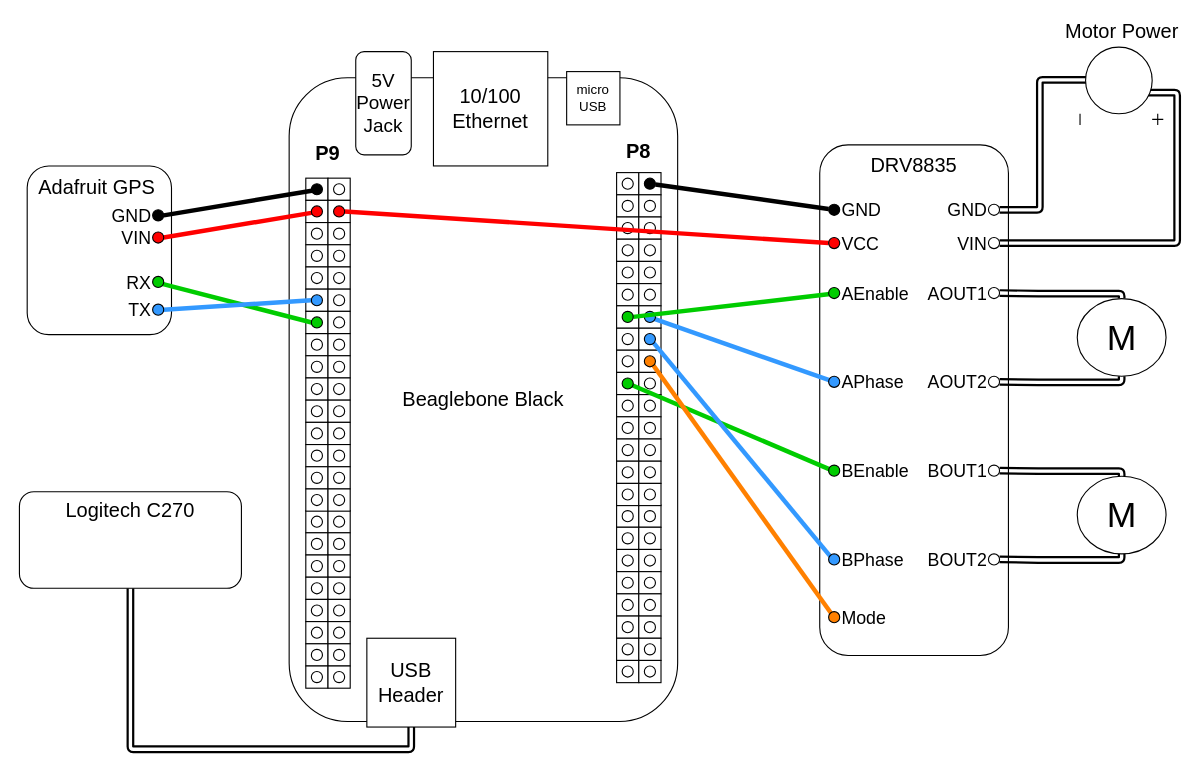
This is page "System" (1 of 2) of docs/system-diagram/System-Diagrams.drawio from jcphan2020/Goose-Chaperone, a draw.io file, before an edit. Source tidied: cells renumbered, new cells numbered last; positions are measured from the earlier drawing's top-left corner, leaving out a move shared by most shapes. Both pictures are drawn from the tidied source at 111%, with x=0, y=0 at pixel (19, 47).
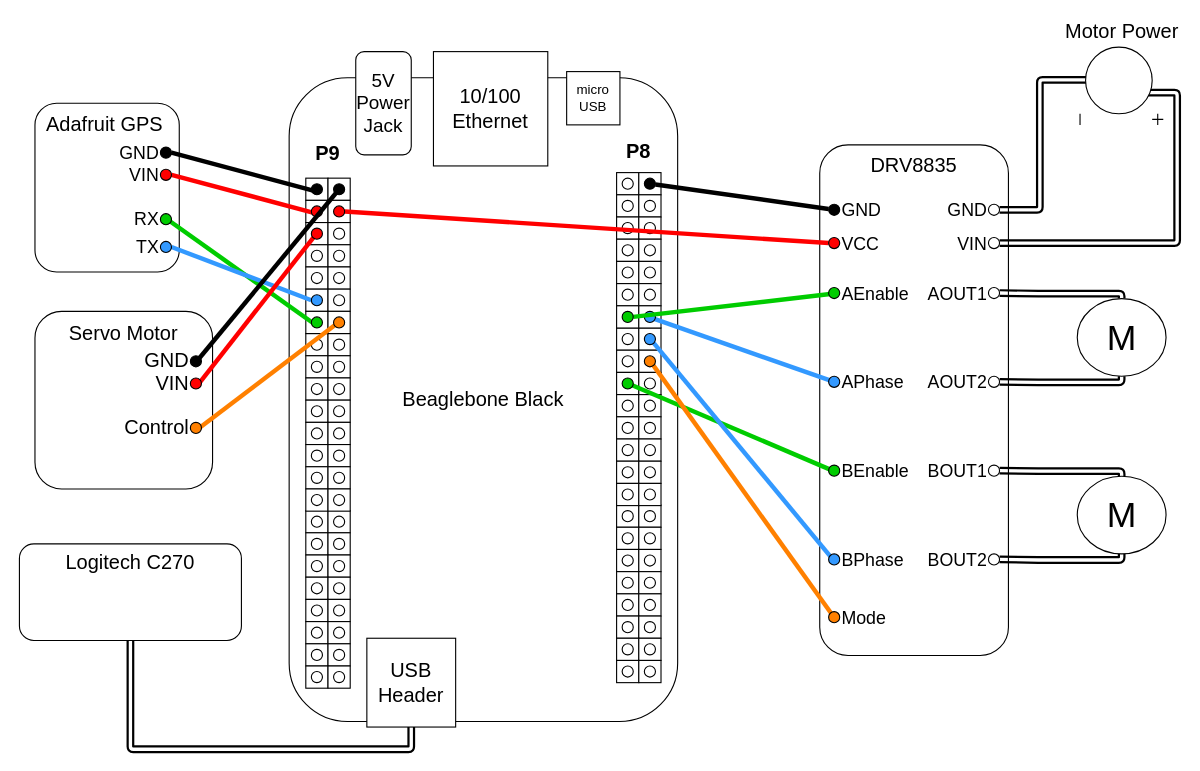
Above is the later version.

Commit message (it also covers changes not shown here):
Created diagram for servo motor connections. Modified system diagram to include servo motor.

The edit, as a diff of the source:
```diff
@@
-    <mxCell id="69" style="verticalLabelPosition=bottom;shadow=0;dashed=0;align=center;fillColor=#ffffff;strokeColor=#000000;html=1;verticalAlign=top;strokeWidth=1;shape=ellipse;" parent="1" vertex="1">
-      <mxGeometry x="283" y="123" width="10" height="10" as="geometry" />
-    </mxCell>
@@
-    <mxCell id="73" style="verticalLabelPosition=bottom;shadow=0;dashed=0;align=center;fillColor=#ffffff;strokeColor=#000000;html=1;verticalAlign=top;strokeWidth=1;shape=ellipse;" parent="1" vertex="1">
-      <mxGeometry x="263" y="163" width="10" height="10" as="geometry" />
-    </mxCell>
@@
-    <mxCell id="89" style="verticalLabelPosition=bottom;shadow=0;dashed=0;align=center;fillColor=#ffffff;strokeColor=#000000;html=1;verticalAlign=top;strokeWidth=1;shape=ellipse;" parent="1" vertex="1">
-      <mxGeometry x="283" y="243" width="10" height="10" as="geometry" />
-    </mxCell>
@@
     <mxCell id="190" style="rounded=1;whiteSpace=wrap;html=1;fontSize=18;" parent="1" vertex="1">
-      <mxGeometry x="7" y="107" width="130" height="152" as="geometry" />
+      <mxGeometry x="14" y="50.5" width="130" height="152" as="geometry" />
     </mxCell>
     <mxCell id="191" value="Adafruit GPS" style="text;html=1;strokeColor=none;fillColor=none;align=center;verticalAlign=middle;whiteSpace=wrap;rounded=0;fontSize=18;" parent="1" vertex="1">
-      <mxGeometry y="116.5" width="140" height="20" as="geometry" />
+      <mxGeometry x="7" y="60" width="140" height="20" as="geometry" />
     </mxCell>
@@
     <mxCell id="198" value="TX" style="verticalLabelPosition=middle;shadow=0;dashed=0;align=right;fillColor=#3399FF;strokeColor=#000000;html=1;verticalAlign=middle;strokeWidth=1;shape=ellipse;fontSize=16;labelPosition=left;" parent="1" vertex="1">
-      <mxGeometry x="120" y="231.5" width="10" height="10" as="geometry" />
+      <mxGeometry x="127" y="175" width="10" height="10" as="geometry" />
     </mxCell>
@@
     <mxCell id="200" value="GND" style="verticalLabelPosition=middle;shadow=0;dashed=0;align=right;fillColor=#000000;strokeColor=#000000;html=1;verticalAlign=middle;strokeWidth=1;shape=ellipse;fontSize=16;labelPosition=left;" parent="1" vertex="1">
-      <mxGeometry x="120" y="146.5" width="10" height="10" as="geometry" />
+      <mxGeometry x="127" y="90" width="10" height="10" as="geometry" />
     </mxCell>
     <mxCell id="201" value="VIN" style="verticalLabelPosition=middle;shadow=0;dashed=0;align=right;fillColor=#FF0000;strokeColor=#000000;html=1;verticalAlign=middle;strokeWidth=1;shape=ellipse;fontSize=16;labelPosition=left;" parent="1" vertex="1">
-      <mxGeometry x="120" y="166.5" width="10" height="10" as="geometry" />
+      <mxGeometry x="127" y="110" width="10" height="10" as="geometry" />
     </mxCell>
@@
     <mxCell id="206" value="RX" style="verticalLabelPosition=middle;shadow=0;dashed=0;align=right;fillColor=#00CC00;strokeColor=#000000;html=1;verticalAlign=middle;strokeWidth=1;shape=ellipse;fontSize=16;labelPosition=left;" parent="1" vertex="1">
-      <mxGeometry x="120" y="206.5" width="10" height="10" as="geometry" />
+      <mxGeometry x="127" y="150" width="10" height="10" as="geometry" />
     </mxCell>
@@
     <mxCell id="226" style="rounded=1;whiteSpace=wrap;html=1;labelBackgroundColor=none;fillColor=#FFFFFF;gradientColor=none;fontSize=16;" parent="1" vertex="1">
-      <mxGeometry y="400.5" width="200" height="87" as="geometry" />
+      <mxGeometry y="447.5" width="200" height="87" as="geometry" />
     </mxCell>
     <mxCell id="227" value="Logitech C270" style="text;html=1;strokeColor=none;fillColor=none;align=center;verticalAlign=middle;whiteSpace=wrap;rounded=0;labelBackgroundColor=none;fontSize=18;" parent="1" vertex="1">
-      <mxGeometry x="15" y="407.5" width="170" height="20" as="geometry" />
+      <mxGeometry x="15" y="454.5" width="170" height="20" as="geometry" />
     </mxCell>
@@
+    <mxCell id="237" style="rounded=1;whiteSpace=wrap;html=1;fontSize=18;" parent="1" vertex="1">
+      <mxGeometry x="14" y="238" width="160" height="160" as="geometry" />
+    </mxCell>
+    <mxCell id="238" value="Servo Motor" style="text;html=1;strokeColor=none;fillColor=none;align=center;verticalAlign=middle;whiteSpace=wrap;rounded=0;fontSize=18;" parent="1" vertex="1">
+      <mxGeometry x="24" y="248" width="140" height="20" as="geometry" />
+    </mxCell>
+    <mxCell id="239" style="endArrow=none;html=1;strokeColor=#FF0000;strokeWidth=4;fontSize=16;entryX=0.839;entryY=0.411;entryDx=0;entryDy=0;entryPerimeter=0;exitX=0.217;exitY=0.804;exitDx=0;exitDy=0;exitPerimeter=0;" parent="1" edge="1" source="73" target="243">
+      <mxGeometry relative="1" as="geometry" />
+    </mxCell>
+    <mxCell id="240" style="endArrow=none;html=1;strokeColor=#000000;strokeWidth=4;fontSize=16;entryX=0.787;entryY=0.245;entryDx=0;entryDy=0;entryPerimeter=0;exitX=0.5;exitY=0.5;exitDx=0;exitDy=0;exitPerimeter=0;" parent="1" edge="1" source="69" target="244">
+      <mxGeometry relative="1" as="geometry" />
+    </mxCell>
+    <mxCell id="241" style="endArrow=none;html=1;strokeColor=#FF8000;strokeWidth=4;fontSize=16;entryX=0.865;entryY=0.456;entryDx=0;entryDy=0;entryPerimeter=0;exitX=0.194;exitY=0.684;exitDx=0;exitDy=0;exitPerimeter=0;" parent="1" edge="1" source="89" target="242">
+      <mxGeometry relative="1" as="geometry" />
+    </mxCell>
+    <mxCell id="89" style="verticalLabelPosition=bottom;shadow=0;dashed=0;align=center;fillColor=#FF8000;strokeColor=#000000;html=1;verticalAlign=top;strokeWidth=1;shape=ellipse;" parent="1" vertex="1">
+      <mxGeometry x="283" y="243" width="10" height="10" as="geometry" />
+    </mxCell>
+    <mxCell id="242" value="Control" style="verticalLabelPosition=middle;shadow=0;dashed=0;align=right;fillColor=#FF8000;strokeColor=#000000;html=1;verticalAlign=middle;strokeWidth=1;shape=ellipse;fontSize=18;labelPosition=left;" parent="1" vertex="1">
+      <mxGeometry x="154" y="338" width="10" height="10" as="geometry" />
+    </mxCell>
+    <mxCell id="73" style="verticalLabelPosition=bottom;shadow=0;dashed=0;align=center;fillColor=#FF0000;strokeColor=#000000;html=1;verticalAlign=top;strokeWidth=1;shape=ellipse;" parent="1" vertex="1">
+      <mxGeometry x="263" y="163" width="10" height="10" as="geometry" />
+    </mxCell>
+    <mxCell id="243" value="VIN" style="verticalLabelPosition=middle;shadow=0;dashed=0;align=right;fillColor=#FF0000;strokeColor=#000000;html=1;verticalAlign=middle;strokeWidth=1;shape=ellipse;fontSize=18;labelPosition=left;" parent="1" vertex="1">
+      <mxGeometry x="154" y="298" width="10" height="10" as="geometry" />
+    </mxCell>
+    <mxCell id="244" value="GND" style="verticalLabelPosition=middle;shadow=0;dashed=0;align=right;fillColor=#000000;strokeColor=#000000;html=1;verticalAlign=middle;strokeWidth=1;shape=ellipse;fontSize=18;labelPosition=left;" parent="1" vertex="1">
+      <mxGeometry x="154" y="278" width="10" height="10" as="geometry" />
+    </mxCell>
+    <mxCell id="69" style="verticalLabelPosition=bottom;shadow=0;dashed=0;align=center;fillColor=#000000;strokeColor=#000000;html=1;verticalAlign=top;strokeWidth=1;shape=ellipse;" parent="1" vertex="1">
+      <mxGeometry x="283" y="123" width="10" height="10" as="geometry" />
+    </mxCell>
```
